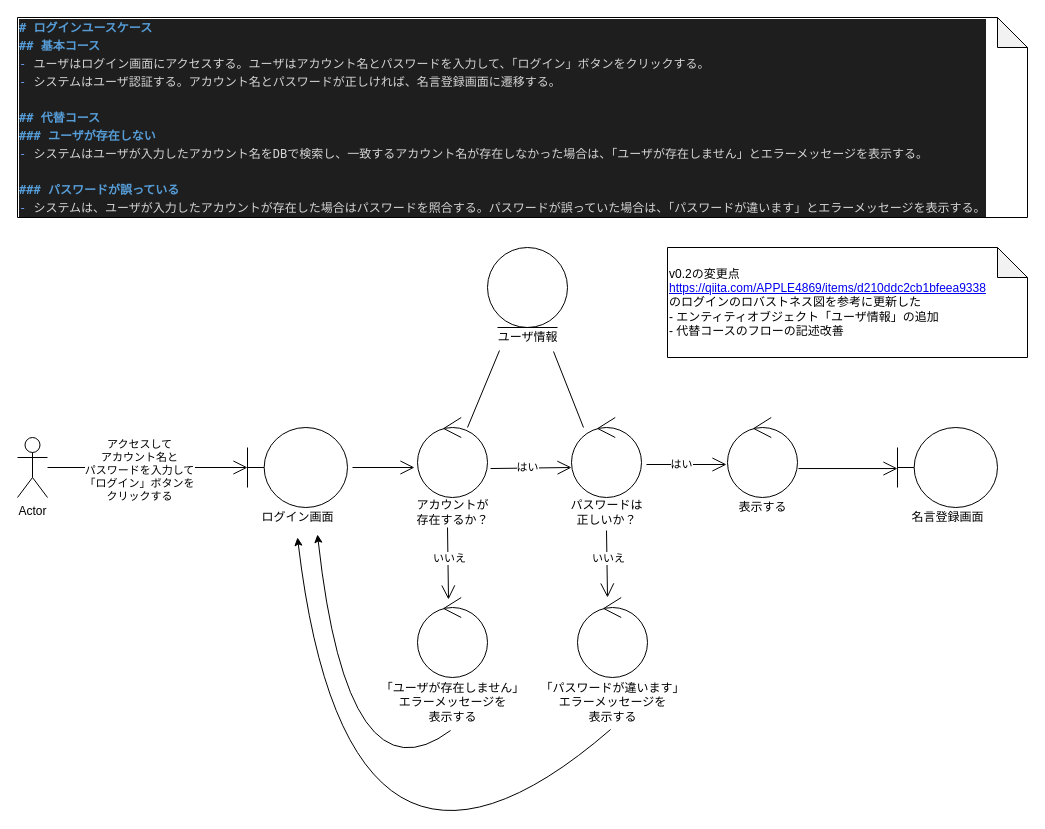
yasugahira0810/kotodama keeps this draw.io diagram as page "ログインv0.2" (2 of 3) of docs/ICONIX/RobustnessMap.drawio. Above is the earlier version. Source tidied: cells renumbered, new cells numbered last; positions are measured from the earlier drawing's top-left corner, leaving out a move shared by most shapes. Both pictures are drawn from the tidied source at 100%, with x=0, y=0 at pixel (17, 17).
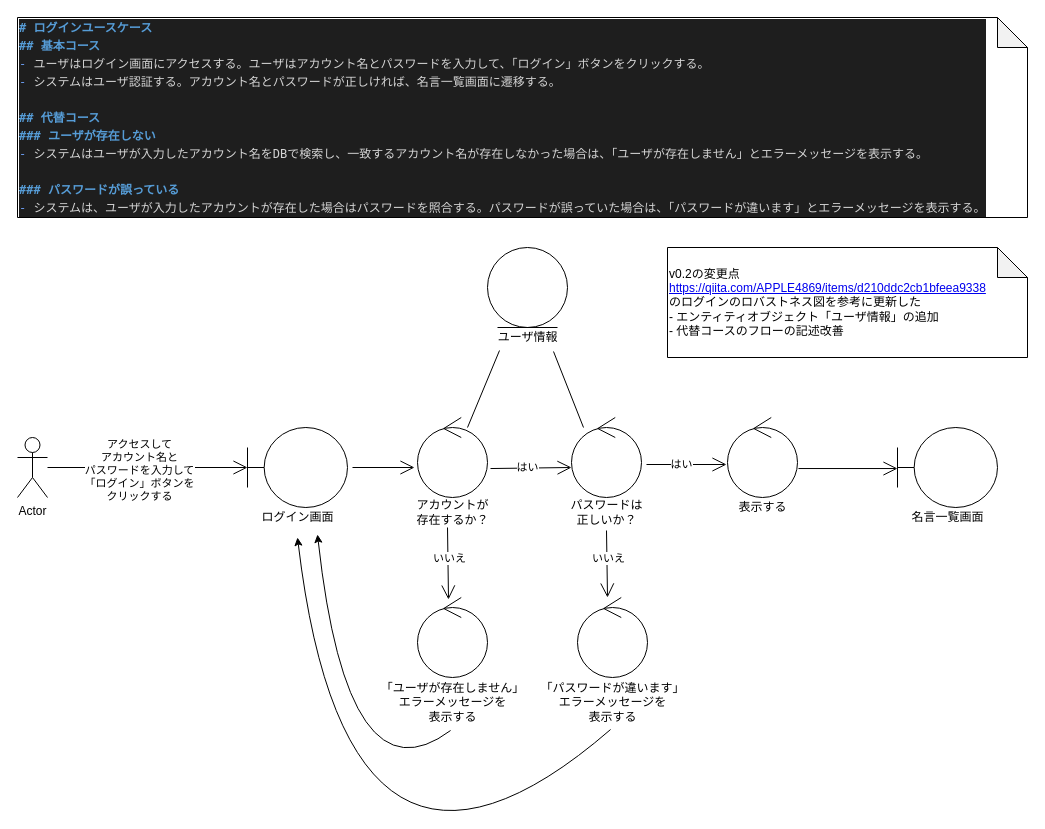
After the change.

Unchanged cells that the change refers to:
```xml
<mxCell id="24" style="group;" parent="1" vertex="1">
  <mxGeometry x="880" y="410" width="100" height="100" as="geometry" />
</mxCell>
```

Change to the diagram source:
```diff
@@
-    <mxCell id="3" value="&lt;div style=&quot;color: rgb(212 , 212 , 212) ; background-color: rgb(30 , 30 , 30) ; font-family: &amp;#34;menlo&amp;#34; , &amp;#34;monaco&amp;#34; , &amp;#34;courier new&amp;#34; , monospace ; font-weight: normal ; font-size: 12px ; line-height: 18px&quot;&gt;&lt;div&gt;&lt;span style=&quot;color: #569cd6 ; font-weight: bold&quot;&gt;# ログインユースケース&lt;/span&gt;&lt;/div&gt;&lt;div&gt;&lt;span style=&quot;color: #569cd6 ; font-weight: bold&quot;&gt;## 基本コース&lt;/span&gt;&lt;/div&gt;&lt;div&gt;&lt;span style=&quot;color: #6796e6&quot;&gt;-&lt;/span&gt;&lt;span style=&quot;color: #d4d4d4&quot;&gt; ユーザはログイン画面にアクセスする。ユーザはアカウント名とパスワードを入力して、「ログイン」ボタンをクリックする。&lt;/span&gt;&lt;/div&gt;&lt;div&gt;&lt;span style=&quot;color: #6796e6&quot;&gt;-&lt;/span&gt;&lt;span style=&quot;color: #d4d4d4&quot;&gt; システムはユーザ認証する。アカウント名とパスワードが正しければ、名言登録画面に遷移する。&lt;/span&gt;&lt;/div&gt;&lt;br&gt;&lt;div&gt;&lt;span style=&quot;color: #569cd6 ; font-weight: bold&quot;&gt;## 代替コース&lt;/span&gt;&lt;/div&gt;&lt;div&gt;&lt;span style=&quot;color: #569cd6 ; font-weight: bold&quot;&gt;### ユーザが存在しない&lt;/span&gt;&lt;/div&gt;&lt;div&gt;&lt;span style=&quot;color: #6796e6&quot;&gt;-&lt;/span&gt;&lt;span style=&quot;color: #d4d4d4&quot;&gt; システムはユーザが入力したアカウント名をDBで検索し、一致するアカウント名が存在しなかった場合は、「ユーザが存在しません」とエラーメッセージを表示する。&lt;/span&gt;&lt;/div&gt;&lt;br&gt;&lt;div&gt;&lt;span style=&quot;color: #569cd6 ; font-weight: bold&quot;&gt;### パスワードが誤っている&lt;/span&gt;&lt;/div&gt;&lt;div&gt;&lt;span style=&quot;color: #6796e6&quot;&gt;-&lt;/span&gt;&lt;span style=&quot;color: #d4d4d4&quot;&gt; システムは、ユーザが入力したアカウントが存在した場合はパスワードを照合する。パスワードが誤っていた場合は、「パスワードが違います」とエラーメッセージを表示する。&lt;/span&gt;&lt;/div&gt;&lt;/div&gt;" style="shape=note;whiteSpace=wrap;html=1;backgroundOutline=1;darkOpacity=0.05;align=left;" parent="1" vertex="1">
+    <mxCell id="3" value="&lt;div style=&quot;color: rgb(212 , 212 , 212) ; background-color: rgb(30 , 30 , 30) ; font-family: &amp;#34;menlo&amp;#34; , &amp;#34;monaco&amp;#34; , &amp;#34;courier new&amp;#34; , monospace ; font-weight: normal ; font-size: 12px ; line-height: 18px&quot;&gt;&lt;div&gt;&lt;span style=&quot;color: #569cd6 ; font-weight: bold&quot;&gt;# ログインユースケース&lt;/span&gt;&lt;/div&gt;&lt;div&gt;&lt;span style=&quot;color: #569cd6 ; font-weight: bold&quot;&gt;## 基本コース&lt;/span&gt;&lt;/div&gt;&lt;div&gt;&lt;span style=&quot;color: #6796e6&quot;&gt;-&lt;/span&gt;&lt;span style=&quot;color: #d4d4d4&quot;&gt; ユーザはログイン画面にアクセスする。ユーザはアカウント名とパスワードを入力して、「ログイン」ボタンをクリックする。&lt;/span&gt;&lt;/div&gt;&lt;div&gt;&lt;span style=&quot;color: #6796e6&quot;&gt;-&lt;/span&gt;&lt;span style=&quot;color: #d4d4d4&quot;&gt; システムはユーザ認証する。アカウント名とパスワードが正しければ、名言一覧画面に遷移する。&lt;/span&gt;&lt;/div&gt;&lt;br&gt;&lt;div&gt;&lt;span style=&quot;color: #569cd6 ; font-weight: bold&quot;&gt;## 代替コース&lt;/span&gt;&lt;/div&gt;&lt;div&gt;&lt;span style=&quot;color: #569cd6 ; font-weight: bold&quot;&gt;### ユーザが存在しない&lt;/span&gt;&lt;/div&gt;&lt;div&gt;&lt;span style=&quot;color: #6796e6&quot;&gt;-&lt;/span&gt;&lt;span style=&quot;color: #d4d4d4&quot;&gt; システムはユーザが入力したアカウント名をDBで検索し、一致するアカウント名が存在しなかった場合は、「ユーザが存在しません」とエラーメッセージを表示する。&lt;/span&gt;&lt;/div&gt;&lt;br&gt;&lt;div&gt;&lt;span style=&quot;color: #569cd6 ; font-weight: bold&quot;&gt;### パスワードが誤っている&lt;/span&gt;&lt;/div&gt;&lt;div&gt;&lt;span style=&quot;color: #6796e6&quot;&gt;-&lt;/span&gt;&lt;span style=&quot;color: #d4d4d4&quot;&gt; システムは、ユーザが入力したアカウントが存在した場合はパスワードを照合する。パスワードが誤っていた場合は、「パスワードが違います」とエラーメッセージを表示する。&lt;/span&gt;&lt;/div&gt;&lt;/div&gt;" style="shape=note;whiteSpace=wrap;html=1;backgroundOutline=1;darkOpacity=0.05;align=left;" parent="1" vertex="1">
       <mxGeometry width="1010" height="200" as="geometry" />
     </mxCell>
@@
-    <mxCell id="26" value="名言登録画面" style="text;html=1;align=center;verticalAlign=middle;" parent="24" vertex="1">
+    <mxCell id="26" value="名言一覧画面" style="text;html=1;align=center;verticalAlign=middle;" parent="24" vertex="1">
       <mxGeometry x="5" y="80" width="90" height="20" as="geometry" />
     </mxCell>
```
